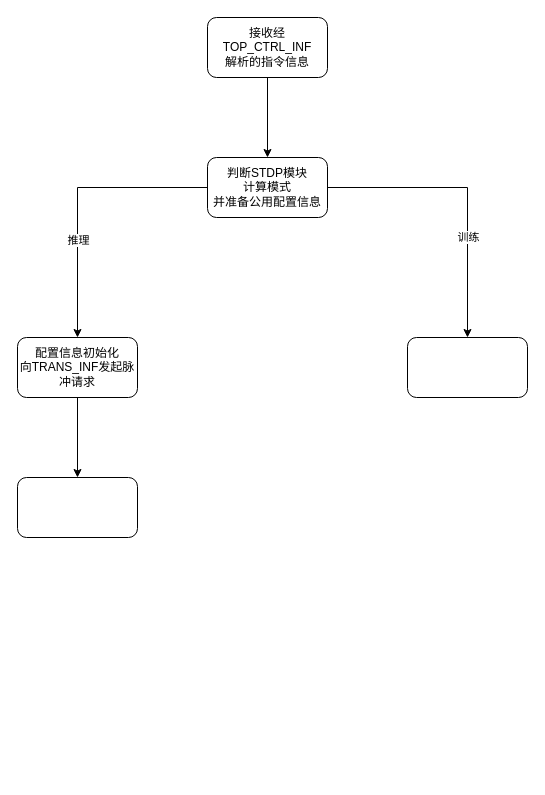
Earlier version of the draw.io diagram snn_ctrl.drawio (AQii77/drawio_SAVE). Source tidied: cells renumbered, new cells numbered last; positions are measured from the earlier drawing's top-left corner, leaving out a move shared by most shapes. Both pictures are drawn from the tidied source at 100%, with x=0, y=0 at pixel (17, 17).
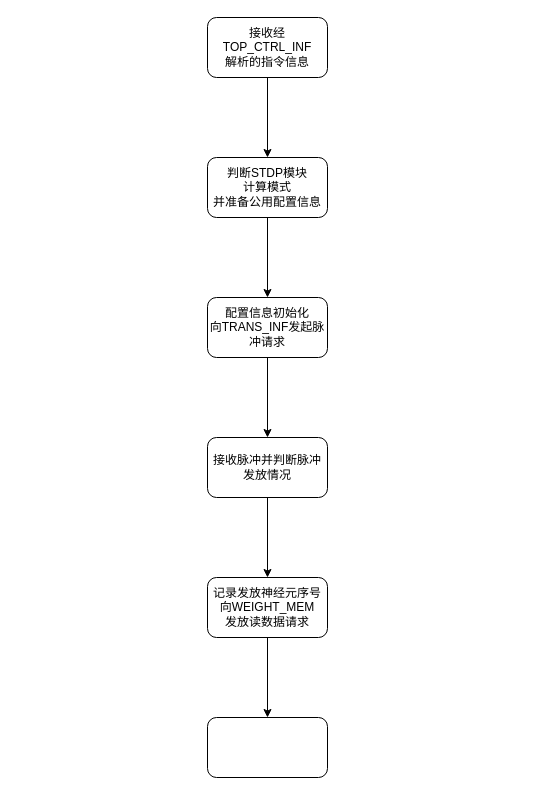
The same diagram, later.

What changed in the source:
```diff
@@
 <mxGraphModel>
   <root>
     <mxCell id="0" />
     <mxCell id="1" parent="0" />
     <mxCell id="2" style="edgeStyle=orthogonalEdgeStyle;rounded=0;jettySize=auto;html=1;" parent="1" edge="1" source="3" target="8">
       <mxGeometry relative="1" as="geometry" />
     </mxCell>
     <mxCell id="3" value="接收经TOP_CTRL_INF&lt;br&gt;解析的指令信息" style="rounded=1;whiteSpace=wrap;html=1;fillColor=none;" parent="1" vertex="1">
       <mxGeometry x="190" width="120" height="60" as="geometry" />
     </mxCell>
     <mxCell id="4" style="edgeStyle=orthogonalEdgeStyle;rounded=0;jettySize=auto;html=1;" parent="1" edge="1" source="8" target="10">
       <mxGeometry relative="1" as="geometry" />
     </mxCell>
-    <mxCell id="5" value="推理" style="edgeLabel;html=1;align=center;verticalAlign=middle;" parent="4" vertex="1">
-      <mxGeometry x="0.3" relative="1" as="geometry" />
-    </mxCell>
-    <mxCell id="6" style="edgeStyle=orthogonalEdgeStyle;rounded=0;jettySize=auto;html=1;" parent="1" edge="1" source="8" target="11">
-      <mxGeometry relative="1" as="geometry" />
-    </mxCell>
-    <mxCell id="7" value="训练" style="edgeLabel;html=1;align=center;verticalAlign=middle;" parent="6" vertex="1">
-      <mxGeometry x="0.36" relative="1" as="geometry">
-        <mxPoint y="-8" as="offset" />
-      </mxGeometry>
-    </mxCell>
     <mxCell id="8" value="判断STDP模块&lt;br&gt;计算模式&lt;br&gt;并准备公用配置信息" style="whiteSpace=wrap;html=1;fillColor=none;rounded=1;" parent="1" vertex="1">
       <mxGeometry x="190" y="140" width="120" height="60" as="geometry" />
     </mxCell>
-    <mxCell id="9" style="edgeStyle=orthogonalEdgeStyle;rounded=0;jettySize=auto;html=1;" parent="1" edge="1" source="10" target="12">
-      <mxGeometry relative="1" as="geometry" />
-    </mxCell>
+    <mxCell id="13" style="edgeStyle=orthogonalEdgeStyle;rounded=0;jettySize=auto;html=1;" parent="1" edge="1" source="10" target="15">
+      <mxGeometry relative="1" as="geometry" />
+    </mxCell>
-    <mxCell id="10" value="配置信息初始化&lt;br&gt;向TRANS_INF发起脉冲请求" style="whiteSpace=wrap;html=1;fillColor=none;rounded=1;" parent="1" vertex="1">
-      <mxGeometry y="320" width="120" height="60" as="geometry" />
+    <mxCell id="10" value="配置信息初始化&lt;br style=&quot;border-color: var(--border-color);&quot;&gt;向TRANS_INF发起脉冲请求" style="whiteSpace=wrap;html=1;fillColor=none;rounded=1;" parent="1" vertex="1">
+      <mxGeometry x="190" y="280" width="120" height="60" as="geometry" />
     </mxCell>
-    <mxCell id="11" style="whiteSpace=wrap;html=1;fillColor=none;rounded=1;" parent="1" vertex="1">
-      <mxGeometry x="390" y="320" width="120" height="60" as="geometry" />
-    </mxCell>
-    <mxCell id="12" style="whiteSpace=wrap;html=1;fillColor=none;rounded=1;" parent="1" vertex="1">
-      <mxGeometry y="460" width="120" height="60" as="geometry" />
-    </mxCell>
+    <mxCell id="14" style="edgeStyle=orthogonalEdgeStyle;rounded=0;jettySize=auto;html=1;" parent="1" edge="1" source="15" target="17">
+      <mxGeometry relative="1" as="geometry" />
+    </mxCell>
+    <mxCell id="15" value="接收脉冲并判断脉冲发放情况" style="whiteSpace=wrap;html=1;fillColor=none;rounded=1;" parent="1" vertex="1">
+      <mxGeometry x="190" y="420" width="120" height="60" as="geometry" />
+    </mxCell>
+    <mxCell id="16" style="edgeStyle=orthogonalEdgeStyle;rounded=0;jettySize=auto;html=1;" parent="1" edge="1" source="17" target="18">
+      <mxGeometry relative="1" as="geometry" />
+    </mxCell>
+    <mxCell id="17" value="记录发放神经元序号&lt;br&gt;向WEIGHT_MEM&lt;br&gt;发放读数据请求" style="whiteSpace=wrap;html=1;fillColor=none;rounded=1;" parent="1" vertex="1">
+      <mxGeometry x="190" y="560" width="120" height="60" as="geometry" />
+    </mxCell>
+    <mxCell id="18" style="whiteSpace=wrap;html=1;fillColor=none;rounded=1;" parent="1" vertex="1">
+      <mxGeometry x="190" y="700" width="120" height="60" as="geometry" />
+    </mxCell>
   </root>
 </mxGraphModel>
```
